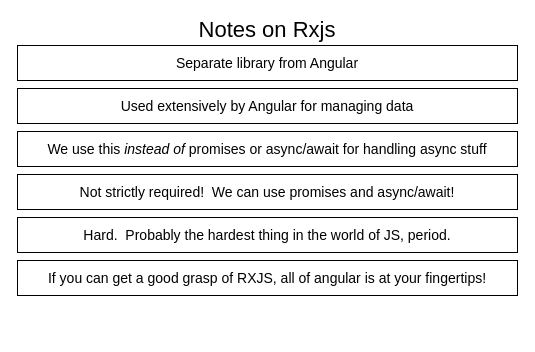
Earlier version of the draw.io diagram page "02 - notes" (2 of 10) of diagrams/wrx/diagrams.drawio (StephenGrider/ng-casts). Source tidied: cells renumbered, new cells numbered last; positions are measured from the earlier drawing's top-left corner, leaving out a move shared by most shapes. Both pictures are drawn from the tidied source at 100%, with x=0, y=0 at pixel (17, 20).
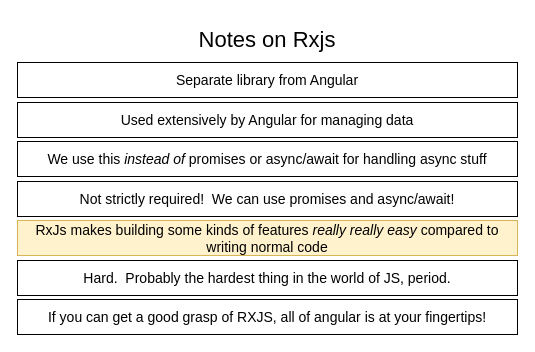
After the change.

Diff of the diagram source:
```diff
@@
 <mxGraphModel>
   <root>
     <mxCell id="0" />
     <mxCell id="1" parent="0" />
     <mxCell id="2" value="Notes on Rxjs" style="text;html=1;strokeColor=none;fillColor=none;align=center;verticalAlign=middle;whiteSpace=wrap;rounded=0;fontSize=22;" parent="1" vertex="1">
-      <mxGeometry x="160" width="180" height="20" as="geometry" />
+      <mxGeometry x="160" y="10" width="180" height="20" as="geometry" />
     </mxCell>
     <mxCell id="3" value="Separate library from Angular" style="rounded=0;whiteSpace=wrap;html=1;fontSize=14;" parent="1" vertex="1">
-      <mxGeometry y="25" width="500" height="35" as="geometry" />
+      <mxGeometry y="42" width="500" height="35" as="geometry" />
     </mxCell>
     <mxCell id="4" value="Used extensively by Angular for managing data" style="rounded=0;whiteSpace=wrap;html=1;fontSize=14;" parent="1" vertex="1">
-      <mxGeometry y="68" width="500" height="35" as="geometry" />
+      <mxGeometry y="82" width="500" height="35" as="geometry" />
     </mxCell>
     <mxCell id="5" value="We use this &lt;i style=&quot;font-size: 14px;&quot;&gt;instead of&amp;nbsp;&lt;/i&gt;promises or async/await for handling async stuff" style="rounded=0;whiteSpace=wrap;html=1;fontSize=14;" parent="1" vertex="1">
-      <mxGeometry y="111" width="500" height="35" as="geometry" />
+      <mxGeometry y="121" width="500" height="35" as="geometry" />
     </mxCell>
     <mxCell id="6" value="Not strictly required!&amp;nbsp; We can use promises and async/await!" style="rounded=0;whiteSpace=wrap;html=1;fontSize=14;" parent="1" vertex="1">
-      <mxGeometry y="154" width="500" height="35" as="geometry" />
+      <mxGeometry y="161" width="500" height="35" as="geometry" />
     </mxCell>
     <mxCell id="7" value="Hard.&amp;nbsp; Probably the hardest thing in the world of JS, period." style="rounded=0;whiteSpace=wrap;html=1;fontSize=14;" parent="1" vertex="1">
-      <mxGeometry y="197" width="500" height="35" as="geometry" />
+      <mxGeometry y="240" width="500" height="35" as="geometry" />
     </mxCell>
     <mxCell id="8" value="If you can get a good grasp of RXJS, all of angular is at your fingertips!" style="rounded=0;whiteSpace=wrap;html=1;fontSize=14;" parent="1" vertex="1">
-      <mxGeometry y="240" width="500" height="35" as="geometry" />
+      <mxGeometry y="279" width="500" height="35" as="geometry" />
     </mxCell>
+    <mxCell id="9" value="RxJs makes building some kinds of features &lt;i&gt;really really easy&lt;/i&gt;&amp;nbsp;compared to writing normal code" style="rounded=0;whiteSpace=wrap;html=1;fontSize=14;fontStyle=0;fillColor=#fff2cc;strokeColor=#d6b656;" parent="1" vertex="1">
+      <mxGeometry y="200" width="500" height="35" as="geometry" />
+    </mxCell>
   </root>
 </mxGraphModel>
```
